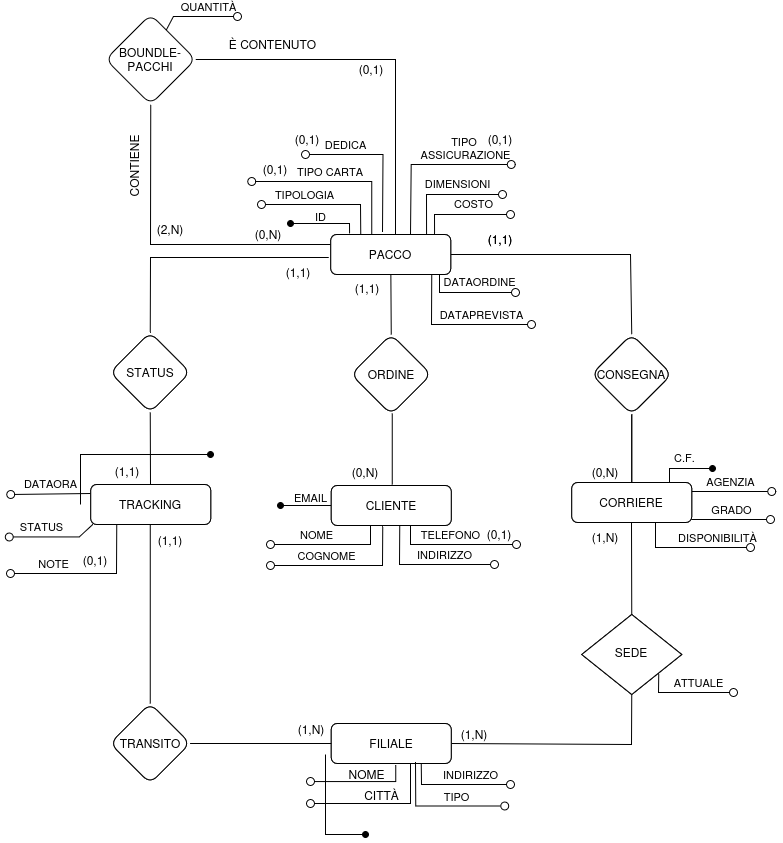
Solgio/ProgettoBasi keeps this draw.io diagram as Resources/ML.png. Above is the earlier version. Source tidied: cells renumbered, new cells last; positions are measured from the earlier drawing's top-left corner, leaving out a move shared by most shapes.
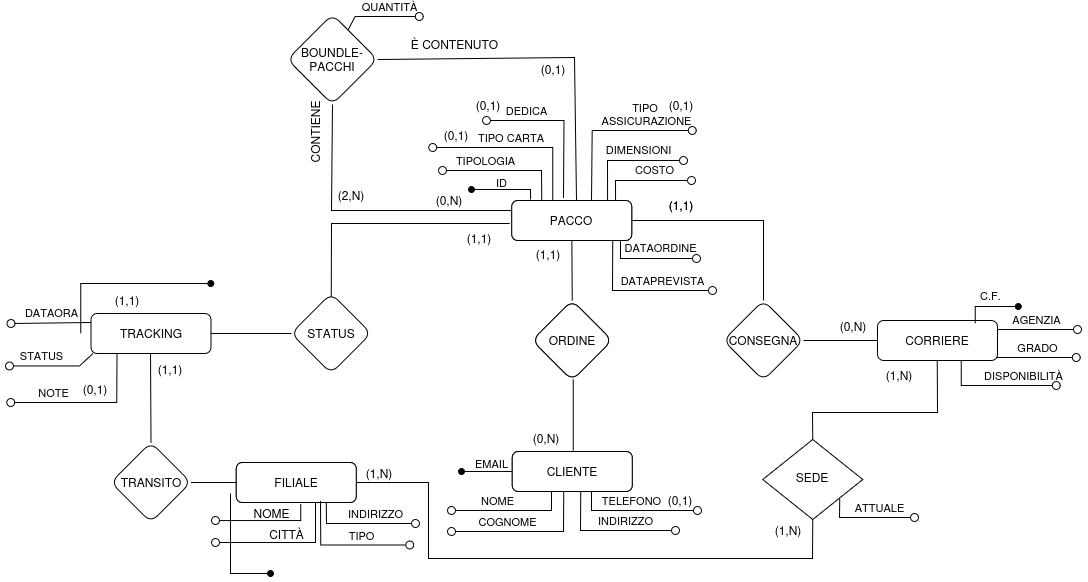
The same diagram one commit later.

The edit, as a diff of the source:
```diff
@@ -8,3 +8,3 @@
     <mxCell id="3" value="CORRIERE" style="rounded=1;whiteSpace=wrap;html=1;fontSize=12;glass=0;strokeWidth=1;shadow=0;" parent="1" vertex="1">
-      <mxGeometry x="562.2" y="468" width="120" height="40" as="geometry" />
+      <mxGeometry x="687" y="340" width="120" height="40" as="geometry" />
     </mxCell>
@@ -14,12 +14,12 @@
     <mxCell id="5" value="FILIALE" style="rounded=1;whiteSpace=wrap;html=1;fontSize=12;glass=0;strokeWidth=1;shadow=0;" parent="1" vertex="1">
-      <mxGeometry x="321.8" y="709" width="120" height="40" as="geometry" />
+      <mxGeometry x="45.8" y="482" width="120" height="40" as="geometry" />
     </mxCell>
     <mxCell id="6" value="TRACKING" style="rounded=1;whiteSpace=wrap;html=1;fontSize=12;glass=0;strokeWidth=1;shadow=0;" parent="1" vertex="1">
-      <mxGeometry x="81.2" y="470" width="120" height="40" as="geometry" />
+      <mxGeometry x="-99.5" y="333" width="120" height="40" as="geometry" />
     </mxCell>
     <mxCell id="7" value="SEDE" style="rhombus;whiteSpace=wrap;html=1;shadow=0;fontFamily=Helvetica;fontSize=12;align=center;strokeWidth=1;spacing=6;spacingTop=-4;" parent="1" vertex="1">
-      <mxGeometry x="572.2" y="600" width="100" height="80" as="geometry" />
+      <mxGeometry x="572.2" y="459" width="100" height="80" as="geometry" />
     </mxCell>
     <mxCell id="8" value="CONSEGNA" style="rhombus;whiteSpace=wrap;html=1;rounded=1;glass=0;strokeWidth=1;shadow=0;" parent="1" vertex="1">
-      <mxGeometry x="582.2" y="320" width="80" height="80" as="geometry" />
+      <mxGeometry x="533" y="320" width="80" height="80" as="geometry" />
     </mxCell>
@@ -28,5 +28,2 @@
     </mxCell>
-    <mxCell id="10" value="STATUS" style="rhombus;whiteSpace=wrap;html=1;rounded=1;glass=0;strokeWidth=1;shadow=0;" parent="1" vertex="1">
-      <mxGeometry x="100.8" y="318" width="80" height="80" as="geometry" />
-    </mxCell>
     <mxCell id="11" value="(0,N)" style="text;strokeColor=none;align=center;fillColor=none;html=1;verticalAlign=middle;whiteSpace=wrap;rounded=0;" parent="1" vertex="1">
@@ -35,3 +32,3 @@
     <mxCell id="12" value="(0,N)" style="text;strokeColor=none;align=center;fillColor=none;html=1;verticalAlign=middle;whiteSpace=wrap;rounded=0;" parent="1" vertex="1">
-      <mxGeometry x="566.2" y="443" width="60" height="30" as="geometry" />
+      <mxGeometry x="633" y="331" width="60" height="30" as="geometry" />
     </mxCell>
@@ -41,15 +38,15 @@
     <mxCell id="14" value="TRANSITO" style="rhombus;whiteSpace=wrap;html=1;rounded=1;glass=0;strokeWidth=1;shadow=0;" parent="1" vertex="1">
-      <mxGeometry x="100.8" y="689" width="80" height="80" as="geometry" />
+      <mxGeometry x="-79.5" y="462" width="80" height="80" as="geometry" />
     </mxCell>
     <mxCell id="15" value="(1,1)" style="text;strokeColor=none;align=center;fillColor=none;html=1;verticalAlign=middle;whiteSpace=wrap;rounded=0;" parent="1" vertex="1">
-      <mxGeometry x="131" y="511" width="60" height="30" as="geometry" />
+      <mxGeometry x="-49.8" y="374" width="60" height="30" as="geometry" />
     </mxCell>
     <mxCell id="16" value="(1,N)" style="text;strokeColor=none;align=center;fillColor=none;html=1;verticalAlign=middle;whiteSpace=wrap;rounded=0;" parent="1" vertex="1">
-      <mxGeometry x="272.2" y="700" width="60" height="30" as="geometry" />
+      <mxGeometry x="568" y="535" width="60" height="30" as="geometry" />
     </mxCell>
     <mxCell id="17" value="(1,N)" style="text;strokeColor=none;align=center;fillColor=none;html=1;verticalAlign=middle;whiteSpace=wrap;rounded=0;" parent="1" vertex="1">
-      <mxGeometry x="566.2" y="508" width="60" height="30" as="geometry" />
+      <mxGeometry x="679" y="380" width="60" height="30" as="geometry" />
     </mxCell>
     <mxCell id="18" value="(1,N)" style="text;strokeColor=none;align=center;fillColor=none;html=1;verticalAlign=middle;whiteSpace=wrap;rounded=0;" parent="1" vertex="1">
-      <mxGeometry x="435.2" y="705" width="60" height="30" as="geometry" />
+      <mxGeometry x="159.2" y="478" width="60" height="30" as="geometry" />
     </mxCell>
@@ -59,3 +56,3 @@
     <mxCell id="20" value="(1,1)" style="text;strokeColor=none;align=center;fillColor=none;html=1;verticalAlign=middle;whiteSpace=wrap;rounded=0;" parent="1" vertex="1">
-      <mxGeometry x="87.8" y="442" width="60" height="30" as="geometry" />
+      <mxGeometry x="-93" y="305" width="60" height="30" as="geometry" />
     </mxCell>
@@ -66,4 +63,4 @@
       <mxGeometry x="-0.03" relative="1" as="geometry">
-        <mxPoint x="682.2" y="477" as="sourcePoint" />
-        <mxPoint x="762.2" y="477" as="targetPoint" />
+        <mxPoint x="807" y="349" as="sourcePoint" />
+        <mxPoint x="887" y="349" as="targetPoint" />
       </mxGeometry>
@@ -80,6 +77,6 @@
       <mxGeometry relative="1" as="geometry">
-        <mxPoint x="201" y="440" as="sourcePoint" />
-        <mxPoint x="71" y="490" as="targetPoint" />
+        <mxPoint x="20.2" y="303" as="sourcePoint" />
+        <mxPoint x="-109.8" y="353" as="targetPoint" />
         <Array as="points">
-          <mxPoint x="71" y="440" />
+          <mxPoint x="-109.8" y="303" />
         </Array>
@@ -98,6 +95,6 @@
       <mxGeometry x="-0.07" y="-24" relative="1" as="geometry">
-        <mxPoint x="703" y="454" as="sourcePoint" />
-        <mxPoint x="660" y="471" as="targetPoint" />
+        <mxPoint x="827.8" y="326" as="sourcePoint" />
+        <mxPoint x="784.8" y="343" as="targetPoint" />
         <Array as="points">
-          <mxPoint x="660" y="454" />
+          <mxPoint x="784.8" y="326" />
         </Array>
@@ -116,4 +113,4 @@
       <mxGeometry relative="1" as="geometry">
-        <mxPoint x="681.8" y="505" as="sourcePoint" />
-        <mxPoint x="761" y="505" as="targetPoint" />
+        <mxPoint x="806.5" y="377" as="sourcePoint" />
+        <mxPoint x="885.8" y="377" as="targetPoint" />
       </mxGeometry>
@@ -122,4 +119,4 @@
       <mxGeometry relative="1" as="geometry">
-        <mxPoint x="81.2" y="479" as="sourcePoint" />
-        <mxPoint x="1.2" y="480" as="targetPoint" />
+        <mxPoint x="-99.5" y="342" as="sourcePoint" />
+        <mxPoint x="-179.5" y="343" as="targetPoint" />
       </mxGeometry>
@@ -128,6 +125,6 @@
       <mxGeometry x="0.27" relative="1" as="geometry">
-        <mxPoint x="83.2" y="510" as="sourcePoint" />
-        <mxPoint x="-0.2" y="522.4" as="targetPoint" />
+        <mxPoint x="-97.5" y="373" as="sourcePoint" />
+        <mxPoint x="-181" y="385.4" as="targetPoint" />
         <Array as="points">
-          <mxPoint x="69.8" y="522.4" />
+          <mxPoint x="-111" y="385.4" />
         </Array>
@@ -154,6 +151,6 @@
       <mxGeometry x="0.29" relative="1" as="geometry">
-        <mxPoint x="401" y="749" as="sourcePoint" />
-        <mxPoint x="301" y="789" as="targetPoint" />
+        <mxPoint x="125" y="522" as="sourcePoint" />
+        <mxPoint x="25" y="562" as="targetPoint" />
         <Array as="points">
-          <mxPoint x="401" y="789" />
+          <mxPoint x="125" y="562" />
         </Array>
@@ -163,5 +160,5 @@
       <mxGeometry x="0.27" relative="1" as="geometry">
-        <mxPoint x="501" y="770" as="targetPoint" />
+        <mxPoint x="225" y="543" as="targetPoint" />
         <Array as="points">
-          <mxPoint x="412" y="770" />
+          <mxPoint x="136" y="543" />
         </Array>
@@ -232,7 +229,7 @@
       <mxGeometry x="0.44" relative="1" as="geometry">
-        <mxPoint x="646" y="508" as="sourcePoint" />
-        <mxPoint x="741" y="533" as="targetPoint" />
+        <mxPoint x="770.8" y="380" as="sourcePoint" />
+        <mxPoint x="865.8" y="405" as="targetPoint" />
         <Array as="points">
-          <mxPoint x="646" y="533" />
-          <mxPoint x="693" y="533" />
+          <mxPoint x="770.8" y="405" />
+          <mxPoint x="817.8" y="405" />
         </Array>
@@ -242,6 +239,6 @@
       <mxGeometry x="0.44" relative="1" as="geometry">
-        <mxPoint x="107.3" y="510" as="sourcePoint" />
-        <mxPoint x="1" y="559" as="targetPoint" />
+        <mxPoint x="-73.5" y="373" as="sourcePoint" />
+        <mxPoint x="-179.8" y="422" as="targetPoint" />
         <Array as="points">
-          <mxPoint x="107" y="559" />
+          <mxPoint x="-73.8" y="422" />
         </Array>
@@ -267,3 +264,3 @@
     <mxCell id="46" value="BOUNDLE-PACCHI" style="rhombus;whiteSpace=wrap;html=1;rounded=1;glass=0;strokeWidth=1;shadow=0;" parent="1" vertex="1">
-      <mxGeometry x="96.2" width="90" height="90" as="geometry" />
+      <mxGeometry x="97" y="34" width="90" height="90" as="geometry" />
     </mxCell>
@@ -282,4 +279,5 @@
     </mxCell>
-    <mxCell id="50" style="endArrow=none;html=1;rounded=0;entryX=1;entryY=0;entryDx=0;entryDy=0;exitX=0.5;exitY=0;exitDx=0;exitDy=0;" parent="1" edge="1" source="10" target="48">
+    <mxCell id="50" style="endArrow=none;html=1;rounded=0;entryX=1;entryY=0;entryDx=0;entryDy=0;exitX=0.5;exitY=0;exitDx=0;exitDy=0;" parent="1" edge="1" target="48">
       <mxGeometry relative="1" as="geometry">
+        <mxPoint x="140.8" y="318" as="sourcePoint" />
         <Array as="points">
@@ -292,6 +290,4 @@
     </mxCell>
-    <mxCell id="52" style="endArrow=none;html=1;rounded=0;entryX=0.5;entryY=1;entryDx=0;entryDy=0;" parent="1" edge="1" target="10">
-      <mxGeometry relative="1" as="geometry">
-        <mxPoint x="141" y="470" as="sourcePoint" />
-      </mxGeometry>
+    <mxCell id="52" style="endArrow=none;html=1;rounded=0;entryX=0;entryY=0.5;entryDx=0;entryDy=0;exitX=1;exitY=0.5;exitDx=0;exitDy=0;" parent="1" edge="1" source="6" target="68">
+      <mxGeometry relative="1" as="geometry" />
     </mxCell>
@@ -300,3 +296,3 @@
     </mxCell>
-    <mxCell id="54" style="endArrow=none;html=1;rounded=0;entryX=0.5;entryY=1;entryDx=0;entryDy=0;exitX=0.5;exitY=0;exitDx=0;exitDy=0;" parent="1" edge="1" source="3" target="8">
+    <mxCell id="54" style="endArrow=none;html=1;rounded=0;entryX=1;entryY=0.5;entryDx=0;entryDy=0;exitX=0;exitY=0.5;exitDx=0;exitDy=0;" parent="1" edge="1" source="3" target="8">
       <mxGeometry relative="1" as="geometry" />
@@ -315,3 +311,3 @@
         <Array as="points">
-          <mxPoint x="621" y="240" />
+          <mxPoint x="573" y="240" />
         </Array>
@@ -321,3 +317,7 @@
       <mxGeometry relative="1" as="geometry">
-        <mxPoint x="622" y="508" as="targetPoint" />
+        <mxPoint x="746.8" y="380" as="targetPoint" />
+        <Array as="points">
+          <mxPoint x="622" y="432" />
+          <mxPoint x="747" y="432" />
+        </Array>
       </mxGeometry>
@@ -327,3 +327,5 @@
         <Array as="points">
-          <mxPoint x="622" y="730" />
+          <mxPoint x="622" y="578" />
+          <mxPoint x="238" y="578" />
+          <mxPoint x="238" y="502" />
         </Array>
@@ -334,5 +336,2 @@
     </mxCell>
-    <mxCell id="61" value="CORRIERE" style="rounded=1;whiteSpace=wrap;html=1;fontSize=12;glass=0;strokeWidth=1;shadow=0;" parent="1" vertex="1">
-      <mxGeometry x="562.2" y="468" width="120" height="40" as="geometry" />
-    </mxCell>
     <mxCell id="62" value="CLIENTE" style="rounded=1;whiteSpace=wrap;html=1;fontSize=12;glass=0;strokeWidth=1;shadow=0;" parent="1" vertex="1">
@@ -341,13 +340,4 @@
     <mxCell id="63" value="FILIALE" style="rounded=1;whiteSpace=wrap;html=1;fontSize=12;glass=0;strokeWidth=1;shadow=0;" parent="1" vertex="1">
-      <mxGeometry x="321.8" y="709" width="120" height="40" as="geometry" />
+      <mxGeometry x="45.8" y="482" width="120" height="40" as="geometry" />
     </mxCell>
-    <mxCell id="64" value="TRACKING" style="rounded=1;whiteSpace=wrap;html=1;fontSize=12;glass=0;strokeWidth=1;shadow=0;" parent="1" vertex="1">
-      <mxGeometry x="81.2" y="470" width="120" height="40" as="geometry" />
-    </mxCell>
-    <mxCell id="65" value="SEDE" style="rhombus;whiteSpace=wrap;html=1;shadow=0;fontFamily=Helvetica;fontSize=12;align=center;strokeWidth=1;spacing=6;spacingTop=-4;" parent="1" vertex="1">
-      <mxGeometry x="572.2" y="600" width="100" height="80" as="geometry" />
-    </mxCell>
-    <mxCell id="66" value="CONSEGNA" style="rhombus;whiteSpace=wrap;html=1;rounded=1;glass=0;strokeWidth=1;shadow=0;" parent="1" vertex="1">
-      <mxGeometry x="582.2" y="320" width="80" height="80" as="geometry" />
-    </mxCell>
     <mxCell id="67" value="ORDINE" style="rhombus;whiteSpace=wrap;html=1;rounded=1;glass=0;strokeWidth=1;shadow=0;" parent="1" vertex="1">
@@ -356,3 +346,3 @@
     <mxCell id="68" value="STATUS" style="rhombus;whiteSpace=wrap;html=1;rounded=1;glass=0;strokeWidth=1;shadow=0;" parent="1" vertex="1">
-      <mxGeometry x="100.8" y="318" width="80" height="80" as="geometry" />
+      <mxGeometry x="100.8" y="313" width="80" height="80" as="geometry" />
     </mxCell>
@@ -361,13 +351,4 @@
     </mxCell>
-    <mxCell id="70" value="TRANSITO" style="rhombus;whiteSpace=wrap;html=1;rounded=1;glass=0;strokeWidth=1;shadow=0;" parent="1" vertex="1">
-      <mxGeometry x="100.8" y="689" width="80" height="80" as="geometry" />
-    </mxCell>
-    <mxCell id="71" style="endArrow=none;html=1;rounded=0;entryX=1;entryY=0.5;entryDx=0;entryDy=0;exitX=0;exitY=0.5;exitDx=0;exitDy=0;" parent="1" edge="1" source="63" target="70">
-      <mxGeometry relative="1" as="geometry" />
-    </mxCell>
-    <mxCell id="72" style="endArrow=none;html=1;rounded=0;entryX=0.5;entryY=1;entryDx=0;entryDy=0;exitX=0.5;exitY=0;exitDx=0;exitDy=0;" parent="1" edge="1" source="61" target="66">
-      <mxGeometry relative="1" as="geometry" />
-    </mxCell>
     <mxCell id="73" value="CITTÀ" style="text;html=1;align=center;verticalAlign=middle;strokeColor=none;fillColor=none;" parent="1" vertex="1">
-      <mxGeometry x="341.5" y="766" width="60" height="30" as="geometry" />
+      <mxGeometry x="65.5" y="539" width="60" height="30" as="geometry" />
     </mxCell>
@@ -375,5 +356,5 @@
       <mxGeometry x="0.06" y="21" relative="1" as="geometry">
-        <mxPoint x="301" y="767" as="targetPoint" />
+        <mxPoint x="25" y="540" as="targetPoint" />
         <Array as="points">
-          <mxPoint x="386.2" y="767" />
+          <mxPoint x="110.2" y="540" />
         </Array>
@@ -382,3 +363,3 @@
     <mxCell id="75" value="NOME" style="text;html=1;align=center;verticalAlign=middle;points=[];strokeColor=none;fillColor=none;" parent="1" vertex="1">
-      <mxGeometry x="327" y="745" width="60" height="30" as="geometry" />
+      <mxGeometry x="51" y="518" width="60" height="30" as="geometry" />
     </mxCell>
@@ -386,6 +367,6 @@
       <mxGeometry relative="1" as="geometry">
-        <mxPoint x="356" y="820" as="sourcePoint" />
-        <mxPoint x="316" y="740" as="targetPoint" />
+        <mxPoint x="80" y="593" as="sourcePoint" />
+        <mxPoint x="40" y="513" as="targetPoint" />
         <Array as="points">
-          <mxPoint x="316" y="820" />
+          <mxPoint x="40" y="593" />
         </Array>
@@ -397,3 +378,3 @@
     <mxCell id="78" value="(0,1)" style="text;strokeColor=none;align=center;fillColor=none;html=1;verticalAlign=middle;whiteSpace=wrap;rounded=0;" parent="1" vertex="1">
-      <mxGeometry x="56" y="531" width="60" height="30" as="geometry" />
+      <mxGeometry x="-124.8" y="394" width="60" height="30" as="geometry" />
     </mxCell>
@@ -401,5 +382,5 @@
       <mxGeometry x="0.27" relative="1" as="geometry">
-        <mxPoint x="495.2" y="791.5" as="targetPoint" />
+        <mxPoint x="219.2" y="564.5" as="targetPoint" />
         <Array as="points">
-          <mxPoint x="406.2" y="791.5" />
+          <mxPoint x="130.2" y="564.5" />
         </Array>
@@ -420,3 +401,3 @@
         <Array as="points">
-          <mxPoint x="386" y="45" />
+          <mxPoint x="384" y="77" />
         </Array>
@@ -425,6 +406,6 @@
     <mxCell id="84" value="(0,1)" style="text;strokeColor=none;align=center;fillColor=none;html=1;verticalAlign=middle;whiteSpace=wrap;rounded=0;" parent="1" vertex="1">
-      <mxGeometry x="332.2" y="40" width="60" height="30" as="geometry" />
+      <mxGeometry x="333" y="74" width="60" height="30" as="geometry" />
     </mxCell>
     <mxCell id="85" value="È CONTENUTO" style="text;html=1;align=center;verticalAlign=middle;strokeColor=none;fillColor=none;" parent="1" vertex="1">
-      <mxGeometry x="208" y="15" width="110" height="30" as="geometry" />
+      <mxGeometry x="208.8" y="49" width="110" height="30" as="geometry" />
     </mxCell>
@@ -435,5 +416,5 @@
       <mxGeometry x="0.25" relative="1" as="geometry">
-        <mxPoint x="228" y="2" as="targetPoint" />
+        <mxPoint x="228.8" y="36" as="targetPoint" />
         <Array as="points">
-          <mxPoint x="164" y="2" />
+          <mxPoint x="164.8" y="36" />
         </Array>
@@ -443,6 +424,6 @@
       <mxGeometry x="0.25" relative="1" as="geometry">
-        <mxPoint x="649.2" y="659" as="sourcePoint" />
-        <mxPoint x="724" y="678" as="targetPoint" />
+        <mxPoint x="649.2" y="518" as="sourcePoint" />
+        <mxPoint x="724" y="537" as="targetPoint" />
         <Array as="points">
-          <mxPoint x="649" y="678" />
+          <mxPoint x="649" y="537" />
         </Array>
```
